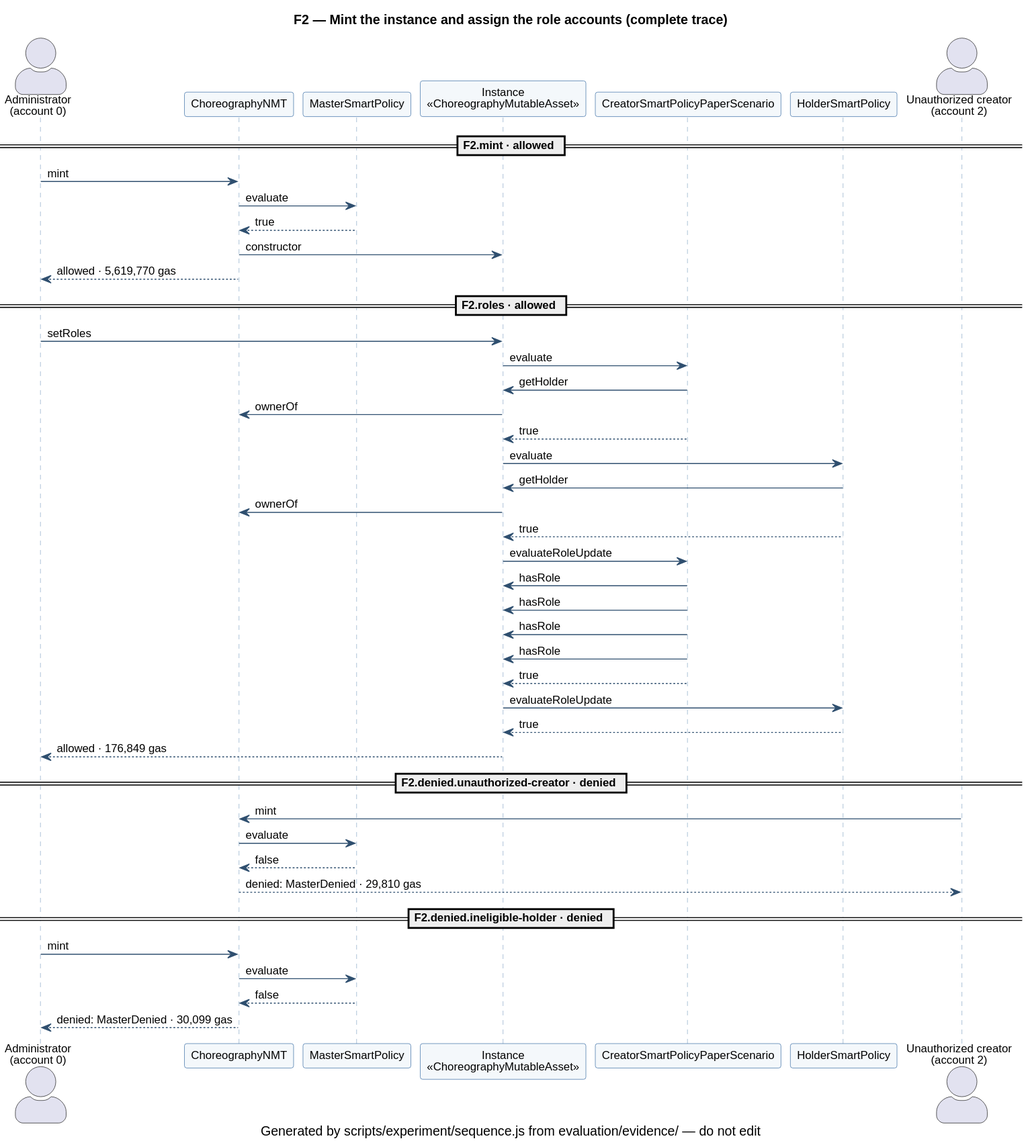
Above: evaluation/evidence/uml/F2-full.svg in d0na/ChorNMT (PlantUML), before the change.
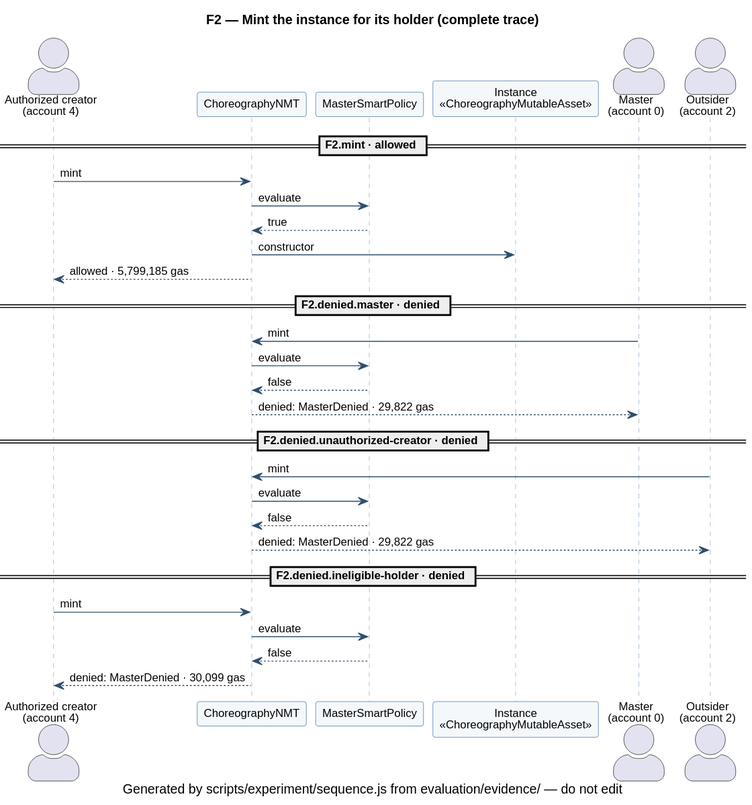
After the change.

What changed in the source:
```diff
@@ -18,48 +18,33 @@
   BackgroundColor #FFF8DC
   BorderColor #C9A227
 }
-title F2 — Mint the instance and assign the role accounts (complete trace)
+title F2 — Mint the instance for its holder (complete trace)
 caption Generated by scripts/experiment/sequence.js from evaluation/evidence/ — do not edit
-actor "Administrator\n(account 0)" as A0
+actor "Authorized creator\n(account 4)" as A4
 participant "ChoreographyNMT" as C5
 participant "MasterSmartPolicy" as C0
-participant "Instance\n<<ChoreographyMutableAsset>>" as C15
-participant "CreatorSmartPolicyPaperScenario" as C14
-participant "HolderSmartPolicy" as C2
-actor "Unauthorized creator\n(account 2)" as A2
+participant "Instance\n<<ChoreographyMutableAsset>>" as C26
+actor "Master\n(account 0)" as A0
+actor "Outsider\n(account 2)" as A2
 == F2.mint · allowed ==
+A4 -> C5 : mint
+C5 -> C0 : evaluate
+C0 --> C5 : true
+C5 -> C26 : constructor
+C5 --> A4 : allowed · 5,799,185 gas
+== F2.denied.master · denied ==
 A0 -> C5 : mint
 C5 -> C0 : evaluate
-C0 --> C5 : true
-C5 -> C15 : constructor
-C5 --> A0 : allowed · 5,619,770 gas
-== F2.roles · allowed ==
-A0 -> C15 : setRoles
-C15 -> C14 : evaluate
-C14 -> C15 : getHolder
-C15 -> C5 : ownerOf
-C14 --> C15 : true
-C15 -> C2 : evaluate
-C2 -> C15 : getHolder
-C15 -> C5 : ownerOf
-C2 --> C15 : true
-C15 -> C14 : evaluateRoleUpdate
-C14 -> C15 : hasRole
-C14 -> C15 : hasRole
-C14 -> C15 : hasRole
-C14 -> C15 : hasRole
-C14 --> C15 : true
-C15 -> C2 : evaluateRoleUpdate
-C2 --> C15 : true
-C15 --> A0 : allowed · 176,849 gas
+C0 --> C5 : false
+C5 --> A0 : denied: MasterDenied · 29,822 gas
 == F2.denied.unauthorized-creator · denied ==
 A2 -> C5 : mint
 C5 -> C0 : evaluate
 C0 --> C5 : false
-C5 --> A2 : denied: MasterDenied · 29,810 gas
+C5 --> A2 : denied: MasterDenied · 29,822 gas
 == F2.denied.ineligible-holder · denied ==
-A0 -> C5 : mint
+A4 -> C5 : mint
 C5 -> C0 : evaluate
 C0 --> C5 : false
-C5 --> A0 : denied: MasterDenied · 30,099 gas
+C5 --> A4 : denied: MasterDenied · 30,099 gas
 @enduml
```
